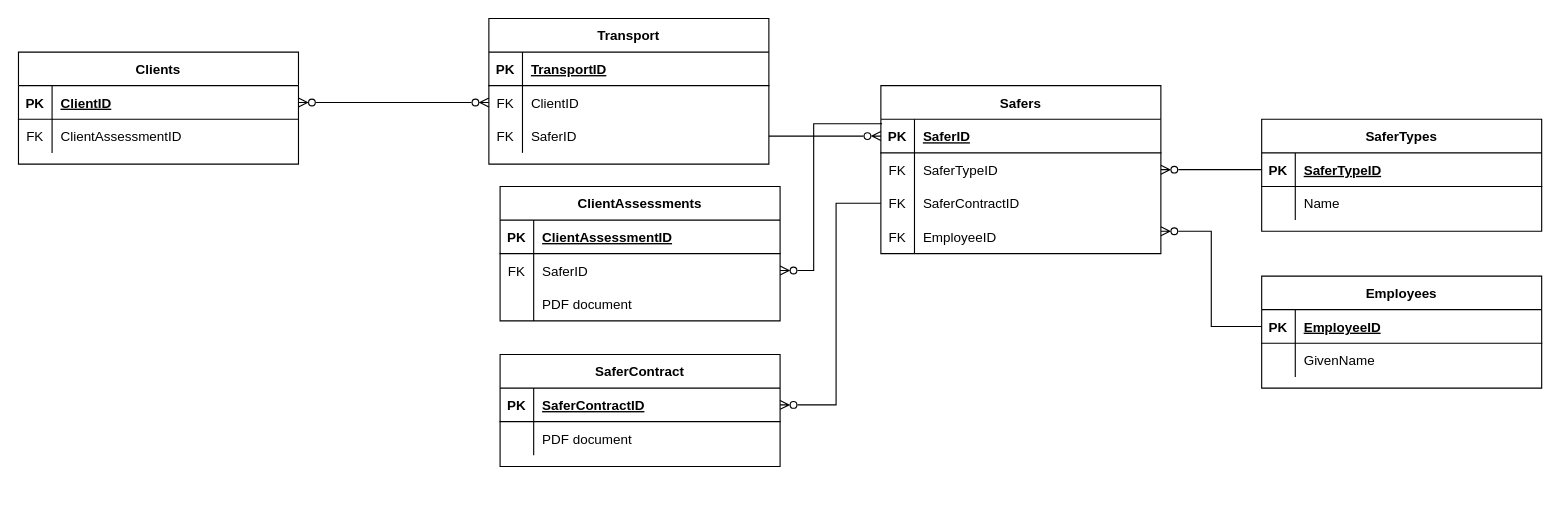
This is auto.drawio from Witchs-Cat/SqliteWithCMD, a draw.io file, before an edit. Source tidied: cells renumbered, new cells numbered last; positions are measured from the earlier drawing's top-left corner, leaving out a move shared by most shapes. Both pictures are drawn from the tidied source at 112%, with x=0, y=0 at pixel (18, 18).
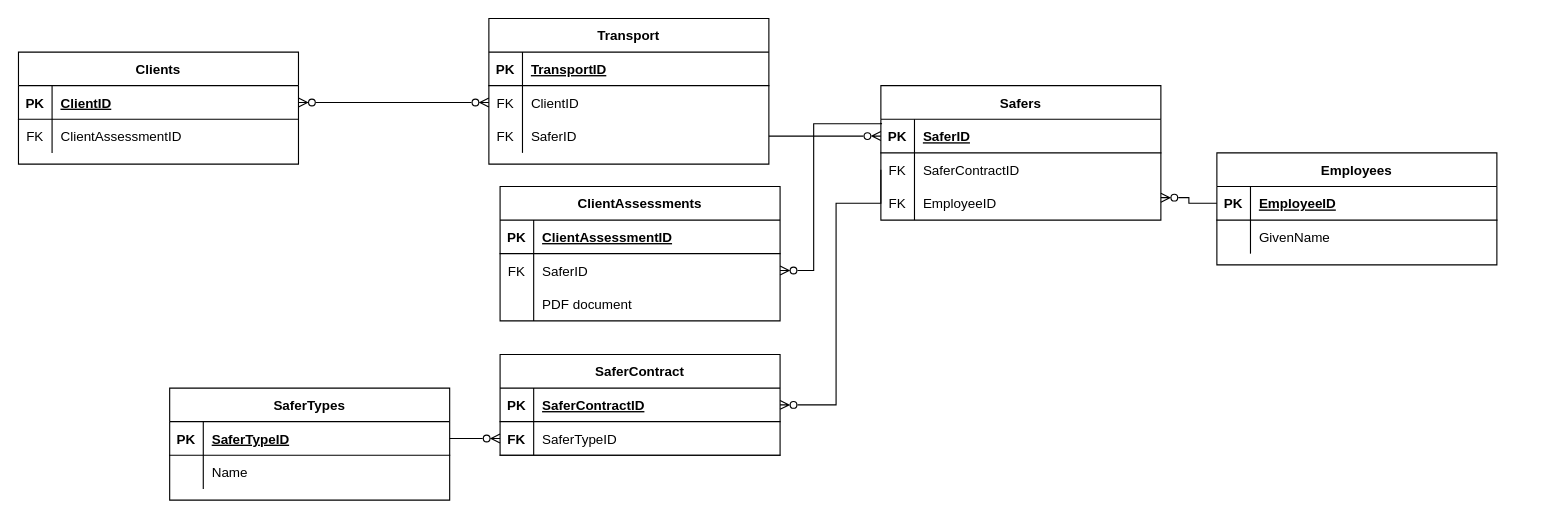
The same page after the edit.

Unchanged cells that the change refers to:
```xml
<mxCell id="35" style="shape=partialRectangle;fillColor=none;points=[[0,0.5],[1,0.5]];portConstraint=eastwest;top=0;left=0;right=0;bottom=1;" parent="34" vertex="1">
  <mxGeometry y="30" width="250" height="30" as="geometry" />
</mxCell>
```

The edit, as a diff of the source:
```diff
@@
     <mxCell id="2" value="Safers" style="shape=table;startSize=30;childLayout=tableLayout;rowLines=0;fontStyle=1;align=center;" parent="1" vertex="1">
-      <mxGeometry x="770" y="60" width="250" height="150" as="geometry" />
+      <mxGeometry x="770" y="60" width="250" height="120" as="geometry" />
     </mxCell>
@@
-    <mxCell id="6" style="shape=partialRectangle;fillColor=none;points=[[0,0.5],[1,0.5]];portConstraint=eastwest;top=0;left=0;right=0;bottom=0;" parent="2" vertex="1">
-      <mxGeometry y="60" width="250" height="30" as="geometry" />
-    </mxCell>
-    <mxCell id="7" value="FK" style="shape=partialRectangle;overflow=hidden;fillColor=none;top=0;left=0;bottom=0;right=0;" parent="6" vertex="1">
-      <mxGeometry width="30" height="30" as="geometry" />
-    </mxCell>
-    <mxCell id="8" value="SaferTypeID" style="shape=partialRectangle;overflow=hidden;fillColor=none;top=0;left=0;bottom=0;right=0;align=left;spacingLeft=6;" parent="6" vertex="1">
-      <mxGeometry x="30" width="220" height="30" as="geometry" />
-    </mxCell>
     <mxCell id="9" style="shape=partialRectangle;fillColor=none;points=[[0,0.5],[1,0.5]];portConstraint=eastwest;top=0;left=0;right=0;bottom=0;" parent="2" vertex="1">
-      <mxGeometry y="90" width="250" height="30" as="geometry" />
+      <mxGeometry y="60" width="250" height="30" as="geometry" />
     </mxCell>
@@
     <mxCell id="12" style="shape=partialRectangle;fillColor=none;points=[[0,0.5],[1,0.5]];portConstraint=eastwest;top=0;left=0;right=0;bottom=0;" parent="2" vertex="1">
-      <mxGeometry y="120" width="250" height="30" as="geometry" />
+      <mxGeometry y="90" width="250" height="30" as="geometry" />
     </mxCell>
@@
     <mxCell id="34" value="SaferTypes" style="shape=table;startSize=30;childLayout=tableLayout;rowLines=0;fontStyle=1;align=center;" parent="1" vertex="1">
-      <mxGeometry x="1110" y="90" width="250" height="100" as="geometry" />
+      <mxGeometry x="135" y="330" width="250" height="100" as="geometry" />
     </mxCell>
@@
-    <mxCell id="41" style="edgeStyle=orthogonalEdgeStyle;rounded=0;jettySize=auto;html=1;exitX=0;exitY=0.5;exitDx=0;exitDy=0;entryX=1;entryY=0.5;entryDx=0;entryDy=0;endArrow=ERzeroToMany;endFill=0;" parent="1" edge="1" source="35" target="6">
-      <mxGeometry relative="1" as="geometry" />
-    </mxCell>
     <mxCell id="42" value="SaferContract" style="shape=table;startSize=30;childLayout=tableLayout;rowLines=0;fontStyle=1;align=center;" parent="1" vertex="1">
-      <mxGeometry x="430" y="300" width="250" height="100" as="geometry" />
+      <mxGeometry x="430" y="300" width="250" height="90" as="geometry" />
     </mxCell>
@@
-    <mxCell id="46" style="shape=partialRectangle;fillColor=none;top=0;left=0;right=0;bottom=0;" parent="42" vertex="1">
-      <mxGeometry y="60" width="250" height="30" as="geometry" />
-    </mxCell>
-    <mxCell id="47" style="shape=partialRectangle;overflow=hidden;fillColor=none;top=0;left=0;bottom=0;right=0;" parent="46" vertex="1">
-      <mxGeometry width="30" height="30" as="geometry" />
-    </mxCell>
-    <mxCell id="48" value="PDF document" style="shape=partialRectangle;overflow=hidden;fillColor=none;top=0;left=0;bottom=0;right=0;align=left;spacingLeft=6;" parent="46" vertex="1">
-      <mxGeometry x="30" width="220" height="30" as="geometry" />
-    </mxCell>
+    <mxCell id="71" style="shape=partialRectangle;fillColor=none;points=[[0,0.5],[1,0.5]];portConstraint=eastwest;top=0;left=0;right=0;bottom=1;" parent="42" vertex="1">
+      <mxGeometry y="60" width="250" height="30" as="geometry" />
+    </mxCell>
+    <mxCell id="7" value="FK" style="shape=partialRectangle;overflow=hidden;fillColor=none;top=0;left=0;bottom=0;right=0;fontStyle=1;" parent="71" vertex="1">
+      <mxGeometry width="30" height="30" as="geometry" />
+    </mxCell>
+    <mxCell id="8" value="SaferTypeID" style="shape=partialRectangle;overflow=hidden;fillColor=none;top=0;left=0;bottom=0;right=0;align=left;spacingLeft=6;fontStyle=0;" parent="71" vertex="1">
+      <mxGeometry x="30" width="220" height="30" as="geometry" />
+    </mxCell>
@@
     <mxCell id="60" value="Employees" style="shape=table;startSize=30;childLayout=tableLayout;rowLines=0;fontStyle=1;align=center;" parent="1" vertex="1">
-      <mxGeometry x="1110" y="230" width="250" height="100" as="geometry" />
+      <mxGeometry x="1070" y="120" width="250" height="100" as="geometry" />
     </mxCell>
@@
-    <mxCell id="69" style="shape=partialRectangle;overflow=hidden;fillColor=none;top=0;left=0;bottom=0;right=0;align=left;spacingLeft=6;" parent="1" vertex="1">
-      <mxGeometry x="310" y="360" width="220" height="30" as="geometry" />
-    </mxCell>
@@
+    <mxCell id="72" style="edgeStyle=orthogonalEdgeStyle;rounded=0;jettySize=auto;html=1;exitX=1;exitY=0.5;exitDx=0;exitDy=0;entryX=0;entryY=0.5;entryDx=0;entryDy=0;endArrow=ERzeroToMany;endFill=0;" parent="1" edge="1" source="35" target="71">
+      <mxGeometry relative="1" as="geometry" />
+    </mxCell>
```
